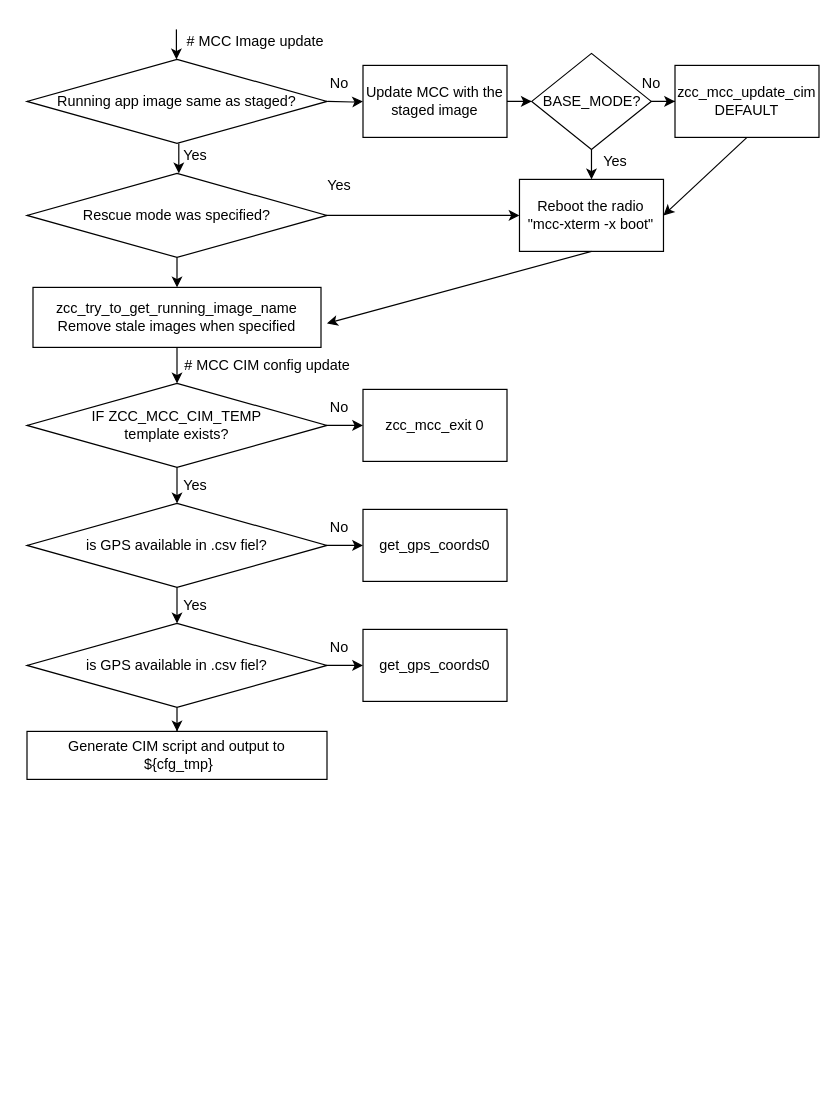
Artur-at-work/diagrams.net keeps this draw.io diagram as mccZCC-phase3.drawio. Above is the earlier version. Source tidied: cells renumbered, new cells numbered last; positions are measured from the earlier drawing's top-left corner, leaving out a move shared by most shapes. Both pictures are drawn from the tidied source at 120%, with x=0, y=0 at pixel (26, 23).
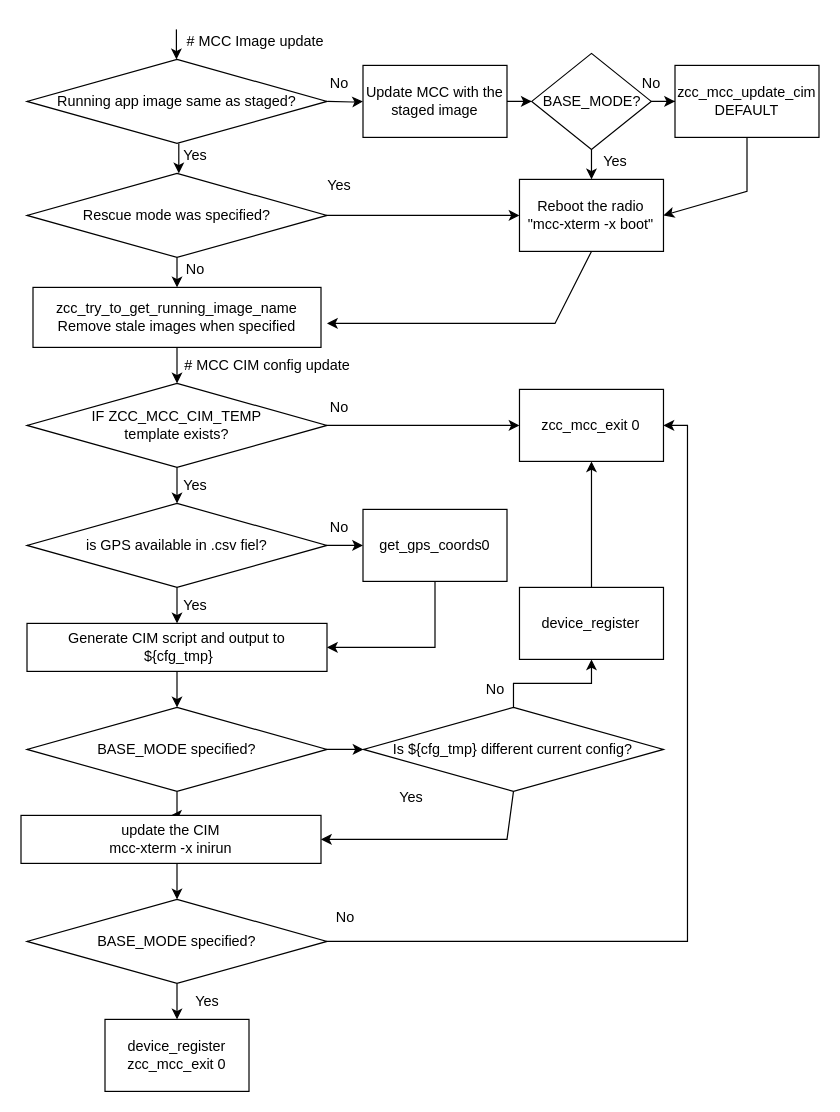
After the change.

Unchanged cells that the change refers to:
```xml
<mxCell id="8" value="Reboot the radio&lt;br&gt;&quot;mcc-xterm -x boot&quot;" style="whiteSpace=wrap;html=1;" parent="1" vertex="1">
  <mxGeometry x="410.4" y="130" width="120" height="60" as="geometry" />
</mxCell>
<mxCell id="12" value="zcc_mcc_update_cim DEFAULT" style="whiteSpace=wrap;html=1;" parent="1" vertex="1">
  <mxGeometry x="540" y="35" width="120" height="60" as="geometry" />
</mxCell>
<mxCell id="35" value="get_gps_coords0" style="whiteSpace=wrap;html=1;" parent="1" vertex="1">
  <mxGeometry x="280" y="405" width="120" height="60" as="geometry" />
</mxCell>
```

What changed in the source:
```diff
@@
     <mxCell id="13" style="endArrow=classic;html=1;rounded=0;entryX=1;entryY=0.5;entryDx=0;entryDy=0;exitX=0.5;exitY=1;exitDx=0;exitDy=0;" parent="1" edge="1" source="12" target="8">
-      <mxGeometry relative="1" as="geometry" />
+      <mxGeometry relative="1" as="geometry">
+        <Array as="points">
+          <mxPoint x="600" y="140" />
+        </Array>
+      </mxGeometry>
     </mxCell>
@@
     <mxCell id="25" style="endArrow=classic;html=1;rounded=0;exitX=0.5;exitY=1;exitDx=0;exitDy=0;" parent="1" edge="1" source="8">
       <mxGeometry relative="1" as="geometry">
         <mxPoint x="250" y="250" as="targetPoint" />
+        <Array as="points">
+          <mxPoint x="440" y="250" />
+        </Array>
       </mxGeometry>
     </mxCell>
@@
     <mxCell id="29" value="zcc_mcc_exit 0" style="whiteSpace=wrap;html=1;" parent="1" vertex="1">
-      <mxGeometry x="280" y="305" width="120" height="60" as="geometry" />
+      <mxGeometry x="410.4" y="305" width="120" height="60" as="geometry" />
     </mxCell>
@@
-    <mxCell id="38" style="edgeStyle=orthogonalEdgeStyle;rounded=0;jettySize=auto;html=1;" parent="1" edge="1" source="40" target="42">
-      <mxGeometry relative="1" as="geometry" />
-    </mxCell>
-    <mxCell id="39" style="edgeStyle=orthogonalEdgeStyle;rounded=0;jettySize=auto;html=1;" parent="1" edge="1" source="40" target="44">
-      <mxGeometry relative="1" as="geometry" />
-    </mxCell>
-    <mxCell id="40" value="is GPS available in .csv fiel?" style="rhombus;whiteSpace=wrap;html=1;" parent="1" vertex="1">
-      <mxGeometry y="500" width="250" height="70" as="geometry" />
-    </mxCell>
-    <mxCell id="41" style="endArrow=classic;html=1;rounded=0;exitX=0.5;exitY=1;exitDx=0;exitDy=0;entryX=0.5;entryY=0;entryDx=0;entryDy=0;" parent="1" edge="1" target="40">
+    <mxCell id="41" style="endArrow=classic;html=1;rounded=0;exitX=0.5;exitY=1;exitDx=0;exitDy=0;entryX=0.5;entryY=0;entryDx=0;entryDy=0;" parent="1" edge="1">
       <mxGeometry relative="1" as="geometry">
         <mxPoint x="125" y="470" as="sourcePoint" />
+        <mxPoint x="125" y="500" as="targetPoint" />
       </mxGeometry>
     </mxCell>
-    <mxCell id="42" value="get_gps_coords0" style="whiteSpace=wrap;html=1;" parent="1" vertex="1">
-      <mxGeometry x="280" y="505" width="120" height="60" as="geometry" />
-    </mxCell>
-    <mxCell id="43" value="No" style="text;html=1;align=center;verticalAlign=middle;strokeColor=none;fillColor=none;" parent="1" vertex="1">
-      <mxGeometry x="240" y="505" width="40" height="30" as="geometry" />
-    </mxCell>
     <mxCell id="44" value="Generate CIM script and output to&lt;br&gt;&amp;nbsp;${cfg_tmp}" style="whiteSpace=wrap;html=1;" parent="1" vertex="1">
-      <mxGeometry y="590" width="250" height="40" as="geometry" />
+      <mxGeometry y="500" width="250" height="40" as="geometry" />
     </mxCell>
+    <mxCell id="45" style="edgeStyle=orthogonalEdgeStyle;rounded=0;jettySize=auto;html=1;" parent="1" edge="1" source="47" target="50">
+      <mxGeometry relative="1" as="geometry" />
+    </mxCell>
+    <mxCell id="46" style="edgeStyle=orthogonalEdgeStyle;rounded=0;jettySize=auto;html=1;" parent="1" edge="1" source="47" target="52">
+      <mxGeometry relative="1" as="geometry" />
+    </mxCell>
+    <mxCell id="47" value="BASE_MODE specified?" style="rhombus;whiteSpace=wrap;html=1;" parent="1" vertex="1">
+      <mxGeometry y="570" width="250" height="70" as="geometry" />
+    </mxCell>
+    <mxCell id="48" style="endArrow=classic;html=1;rounded=0;exitX=0.5;exitY=1;exitDx=0;exitDy=0;entryX=0.5;entryY=0;entryDx=0;entryDy=0;" parent="1" edge="1" target="47">
+      <mxGeometry relative="1" as="geometry">
+        <mxPoint x="125" y="540" as="sourcePoint" />
+      </mxGeometry>
+    </mxCell>
+    <mxCell id="49" style="edgeStyle=orthogonalEdgeStyle;rounded=0;jettySize=auto;html=1;" parent="1" edge="1" source="50" target="56">
+      <mxGeometry relative="1" as="geometry" />
+    </mxCell>
+    <mxCell id="50" value="Is ${cfg_tmp} different current config?" style="rhombus;whiteSpace=wrap;html=1;" parent="1" vertex="1">
+      <mxGeometry x="280.4" y="570" width="250" height="70" as="geometry" />
+    </mxCell>
+    <mxCell id="51" value="No" style="text;html=1;align=center;verticalAlign=middle;strokeColor=none;fillColor=none;" parent="1" vertex="1">
+      <mxGeometry x="245" y="730" width="40" height="30" as="geometry" />
+    </mxCell>
+    <mxCell id="52" value="update the CIM&lt;br&gt;mcc-xterm -x inirun" style="whiteSpace=wrap;html=1;" parent="1" vertex="1">
+      <mxGeometry x="-5" y="660" width="250" height="40" as="geometry" />
+    </mxCell>
+    <mxCell id="53" style="endArrow=classic;html=1;rounded=0;entryX=1;entryY=0.5;entryDx=0;entryDy=0;exitX=0.5;exitY=1;exitDx=0;exitDy=0;" parent="1" edge="1" source="50" target="52">
+      <mxGeometry relative="1" as="geometry">
+        <Array as="points">
+          <mxPoint x="400" y="680" />
+        </Array>
+      </mxGeometry>
+    </mxCell>
+    <mxCell id="54" value="Yes" style="text;html=1;align=center;verticalAlign=middle;strokeColor=none;fillColor=none;" parent="1" vertex="1">
+      <mxGeometry x="300" y="630" width="40" height="30" as="geometry" />
+    </mxCell>
+    <mxCell id="55" style="edgeStyle=orthogonalEdgeStyle;rounded=0;jettySize=auto;html=1;" parent="1" edge="1" source="56" target="29">
+      <mxGeometry relative="1" as="geometry" />
+    </mxCell>
+    <mxCell id="56" value="device_register" style="whiteSpace=wrap;html=1;" parent="1" vertex="1">
+      <mxGeometry x="410.4" y="470" width="120" height="60" as="geometry" />
+    </mxCell>
+    <mxCell id="57" value="No" style="text;html=1;align=center;verticalAlign=middle;strokeColor=none;fillColor=none;" parent="1" vertex="1">
+      <mxGeometry x="370.4" y="540" width="40" height="30" as="geometry" />
+    </mxCell>
+    <mxCell id="58" style="edgeStyle=orthogonalEdgeStyle;rounded=0;jettySize=auto;html=1;entryX=1;entryY=0.5;entryDx=0;entryDy=0;" parent="1" edge="1" source="60" target="29">
+      <mxGeometry relative="1" as="geometry" />
+    </mxCell>
+    <mxCell id="59" style="edgeStyle=orthogonalEdgeStyle;rounded=0;jettySize=auto;html=1;" parent="1" edge="1" source="60" target="62">
+      <mxGeometry relative="1" as="geometry" />
+    </mxCell>
+    <mxCell id="60" value="BASE_MODE specified?" style="rhombus;whiteSpace=wrap;html=1;" parent="1" vertex="1">
+      <mxGeometry y="730" width="250" height="70" as="geometry" />
+    </mxCell>
+    <mxCell id="61" style="endArrow=classic;html=1;rounded=0;exitX=0.5;exitY=1;exitDx=0;exitDy=0;entryX=0.5;entryY=0;entryDx=0;entryDy=0;" parent="1" edge="1" target="60">
+      <mxGeometry relative="1" as="geometry">
+        <mxPoint x="125" y="700" as="sourcePoint" />
+      </mxGeometry>
+    </mxCell>
+    <mxCell id="62" value="device_register&lt;br&gt;zcc_mcc_exit 0" style="whiteSpace=wrap;html=1;" parent="1" vertex="1">
+      <mxGeometry x="65" y="830" width="120" height="60" as="geometry" />
+    </mxCell>
+    <mxCell id="63" value="Yes" style="text;html=1;align=center;verticalAlign=middle;strokeColor=none;fillColor=none;" parent="1" vertex="1">
+      <mxGeometry x="130" y="800" width="40" height="30" as="geometry" />
+    </mxCell>
+    <mxCell id="64" style="endArrow=classic;html=1;rounded=0;entryX=1;entryY=0.5;entryDx=0;entryDy=0;exitX=0.5;exitY=1;exitDx=0;exitDy=0;" parent="1" edge="1" source="35" target="44">
+      <mxGeometry relative="1" as="geometry">
+        <Array as="points">
+          <mxPoint x="340" y="520" />
+        </Array>
+      </mxGeometry>
+    </mxCell>
+    <mxCell id="65" value="No" style="text;html=1;align=center;verticalAlign=middle;strokeColor=none;fillColor=none;" parent="1" vertex="1">
+      <mxGeometry x="120" y="190" width="40" height="30" as="geometry" />
+    </mxCell>
```
